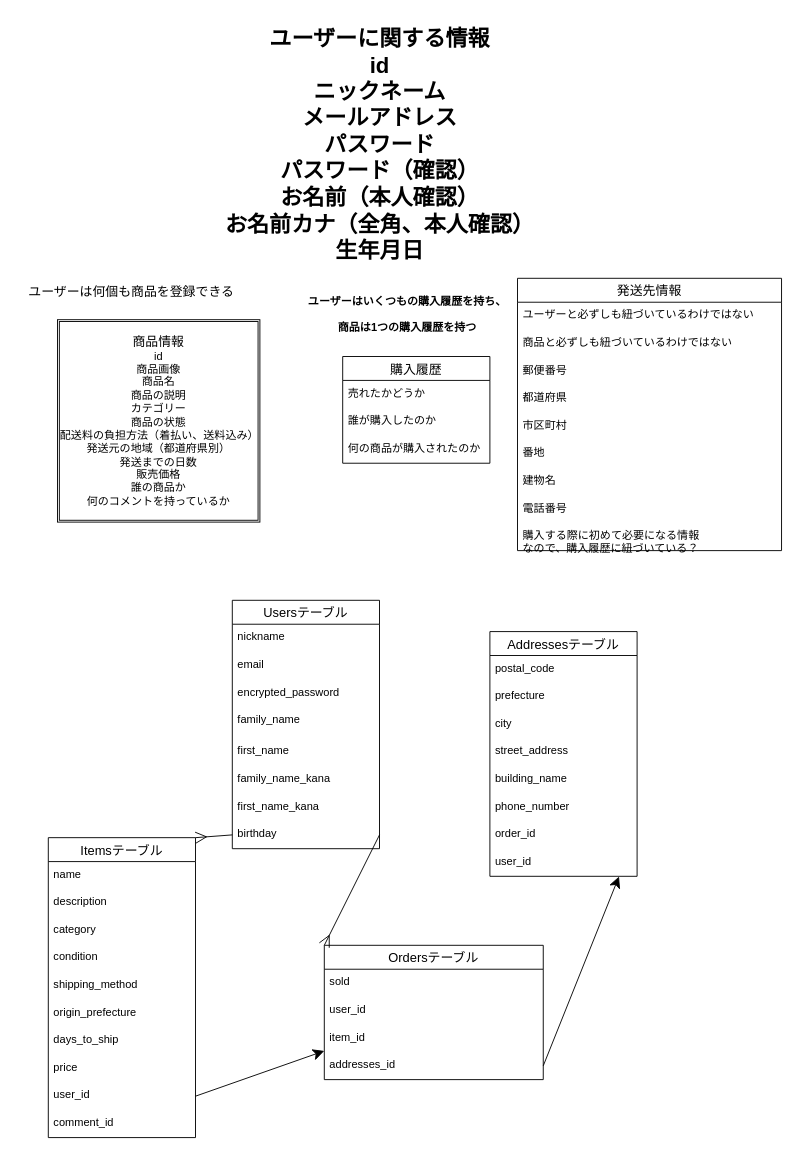
Before: ER図.dio in kenkenkaiden/furima-39165, a draw.io diagram. Source tidied: cells renumbered, new cells numbered last; positions are measured from the earlier drawing's top-left corner, leaving out a move shared by most shapes. Both pictures are drawn from the tidied source at 92%, with x=0, y=0 at pixel (16, 16).
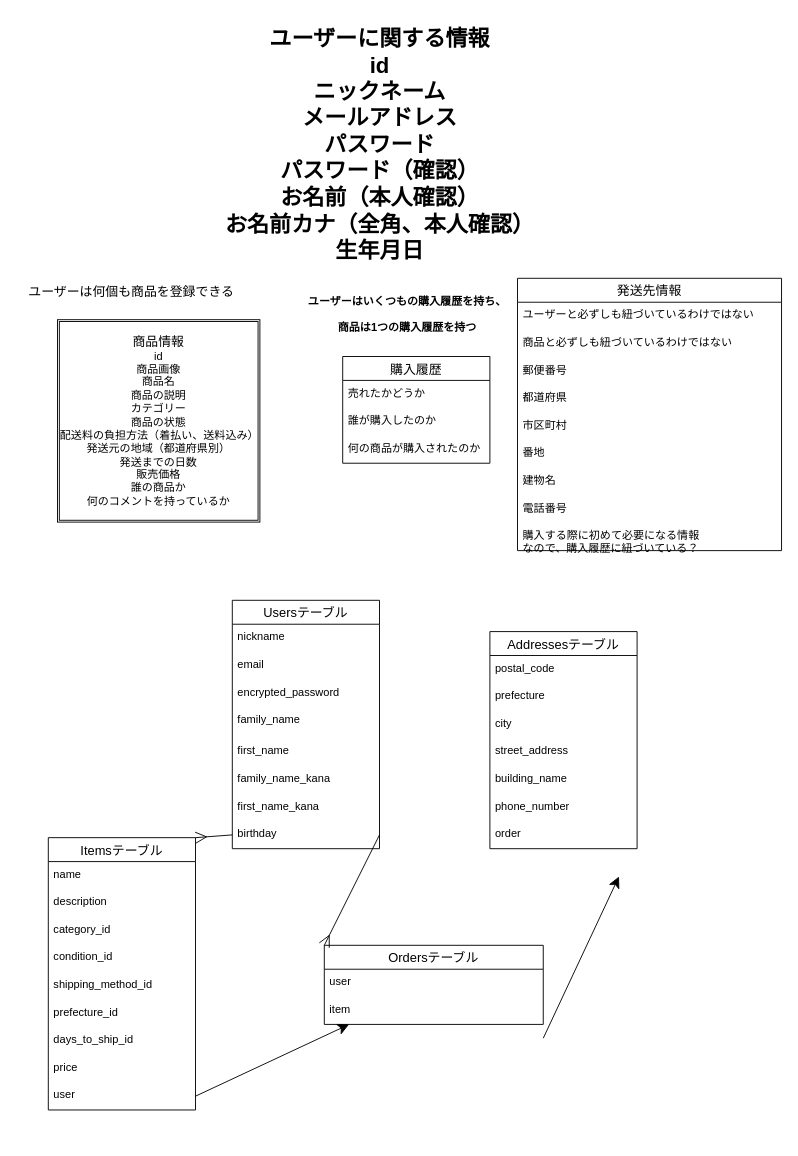
The same page after the edit.

Commit message (it also covers changes not shown here):
各テーブルの記述やER図の修正

What changed in the source:
```diff
@@
     <mxCell id="15" value="Itemsテーブル" style="swimlane;fontStyle=0;horizontal=1;startSize=26;align=center;fontSize=14;" parent="1" vertex="1">
-      <mxGeometry x="35" y="893" width="160" height="326" as="geometry" />
+      <mxGeometry x="35" y="893" width="160" height="296" as="geometry" />
     </mxCell>
@@
-    <mxCell id="18" value="category" style="text;strokeColor=none;fillColor=none;spacingLeft=4;spacingRight=4;overflow=hidden;fontSize=12;" parent="15" vertex="1">
+    <mxCell id="18" value="category_id" style="text;strokeColor=none;fillColor=none;spacingLeft=4;spacingRight=4;overflow=hidden;fontSize=12;" parent="15" vertex="1">
       <mxGeometry y="86" width="160" height="30" as="geometry" />
     </mxCell>
-    <mxCell id="19" value="condition" style="text;strokeColor=none;fillColor=none;spacingLeft=4;spacingRight=4;overflow=hidden;fontSize=12;" parent="15" vertex="1">
+    <mxCell id="19" value="condition_id" style="text;strokeColor=none;fillColor=none;spacingLeft=4;spacingRight=4;overflow=hidden;fontSize=12;" parent="15" vertex="1">
       <mxGeometry y="116" width="160" height="30" as="geometry" />
     </mxCell>
-    <mxCell id="20" value="shipping_method" style="text;strokeColor=none;fillColor=none;spacingLeft=4;spacingRight=4;overflow=hidden;fontSize=12;" parent="15" vertex="1">
+    <mxCell id="20" value="shipping_method_id" style="text;strokeColor=none;fillColor=none;spacingLeft=4;spacingRight=4;overflow=hidden;fontSize=12;" parent="15" vertex="1">
       <mxGeometry y="146" width="160" height="30" as="geometry" />
     </mxCell>
-    <mxCell id="21" value="origin_prefecture" style="text;strokeColor=none;fillColor=none;spacingLeft=4;spacingRight=4;overflow=hidden;fontSize=12;" parent="15" vertex="1">
+    <mxCell id="21" value="prefecture_id" style="text;strokeColor=none;fillColor=none;spacingLeft=4;spacingRight=4;overflow=hidden;fontSize=12;" parent="15" vertex="1">
       <mxGeometry y="176" width="160" height="30" as="geometry" />
     </mxCell>
-    <mxCell id="22" value="days_to_ship" style="text;strokeColor=none;fillColor=none;spacingLeft=4;spacingRight=4;overflow=hidden;fontSize=12;" parent="15" vertex="1">
+    <mxCell id="22" value="days_to_ship_id" style="text;strokeColor=none;fillColor=none;spacingLeft=4;spacingRight=4;overflow=hidden;fontSize=12;" parent="15" vertex="1">
       <mxGeometry y="206" width="160" height="30" as="geometry" />
     </mxCell>
@@
-    <mxCell id="24" value="user_id" style="text;strokeColor=none;fillColor=none;spacingLeft=4;spacingRight=4;overflow=hidden;points=[[0,0.5],[1,0.5]];portConstraint=eastwest;fontSize=12;" parent="15" vertex="1">
+    <mxCell id="24" value="user" style="text;strokeColor=none;fillColor=none;spacingLeft=4;spacingRight=4;overflow=hidden;points=[[0,0.5],[1,0.5]];portConstraint=eastwest;fontSize=12;" parent="15" vertex="1">
       <mxGeometry y="266" width="160" height="30" as="geometry" />
     </mxCell>
-    <mxCell id="25" value="comment_id" style="text;strokeColor=none;fillColor=none;spacingLeft=4;spacingRight=4;overflow=hidden;fontSize=12;" parent="15" vertex="1">
-      <mxGeometry y="296" width="160" height="30" as="geometry" />
-    </mxCell>
@@
     <mxCell id="27" value="Ordersテーブル" style="swimlane;fontStyle=0;horizontal=1;startSize=26;align=center;fontSize=14;" parent="1" vertex="1">
-      <mxGeometry x="335" y="1010" width="238" height="146" as="geometry" />
+      <mxGeometry x="335" y="1010" width="238" height="86" as="geometry" />
     </mxCell>
-    <mxCell id="28" value="sold" style="text;strokeColor=none;fillColor=none;spacingLeft=4;spacingRight=4;overflow=hidden;fontSize=12;" parent="27" vertex="1">
-      <mxGeometry y="26" width="238" height="30" as="geometry" />
-    </mxCell>
-    <mxCell id="29" value="user_id" style="text;strokeColor=none;fillColor=none;spacingLeft=4;spacingRight=4;overflow=hidden;fontSize=12;" parent="27" vertex="1">
-      <mxGeometry y="56" width="238" height="30" as="geometry" />
+    <mxCell id="29" value="user" style="text;strokeColor=none;fillColor=none;spacingLeft=4;spacingRight=4;overflow=hidden;fontSize=12;" parent="27" vertex="1">
+      <mxGeometry y="26" width="238" height="30" as="geometry" />
     </mxCell>
-    <mxCell id="30" value="item_id" style="text;strokeColor=none;fillColor=none;spacingLeft=4;spacingRight=4;overflow=hidden;fontSize=12;" parent="27" vertex="1">
-      <mxGeometry y="86" width="238" height="30" as="geometry" />
+    <mxCell id="30" value="item" style="text;strokeColor=none;fillColor=none;spacingLeft=4;spacingRight=4;overflow=hidden;fontSize=12;" parent="27" vertex="1">
+      <mxGeometry y="56" width="238" height="30" as="geometry" />
     </mxCell>
-    <mxCell id="31" value="addresses_id" style="text;strokeColor=none;fillColor=none;spacingLeft=4;spacingRight=4;overflow=hidden;points=[[0,0.5],[1,0.5]];portConstraint=eastwest;fontSize=12;" parent="27" vertex="1">
-      <mxGeometry y="116" width="238" height="30" as="geometry" />
-    </mxCell>
@@
     <mxCell id="49" value="Addressesテーブル" style="swimlane;fontStyle=0;horizontal=1;startSize=26;align=center;fontSize=14;" parent="1" vertex="1">
-      <mxGeometry x="515" y="669" width="160" height="266" as="geometry" />
+      <mxGeometry x="515" y="669" width="160" height="236" as="geometry" />
     </mxCell>
@@
-    <mxCell id="56" value="order_id" style="text;strokeColor=none;fillColor=none;spacingLeft=4;spacingRight=4;overflow=hidden;fontSize=12;" parent="49" vertex="1">
+    <mxCell id="56" value="order" style="text;strokeColor=none;fillColor=none;spacingLeft=4;spacingRight=4;overflow=hidden;fontSize=12;" parent="49" vertex="1">
       <mxGeometry y="206" width="160" height="30" as="geometry" />
     </mxCell>
-    <mxCell id="57" value="user_id" style="text;strokeColor=none;fillColor=none;spacingLeft=4;spacingRight=4;overflow=hidden;points=[[0,0.5],[1,0.5]];portConstraint=eastwest;fontSize=12;" parent="49" vertex="1">
-      <mxGeometry y="236" width="160" height="30" as="geometry" />
-    </mxCell>
-    <mxCell id="58" style="edgeStyle=none;html=1;exitX=1;exitY=0.5;exitDx=0;exitDy=0;entryX=0.877;entryY=1.007;entryDx=0;entryDy=0;entryPerimeter=0;strokeColor=default;fontSize=12;endArrow=classic;endFill=1;endSize=10;" parent="1" edge="1" source="31" target="57">
-      <mxGeometry relative="1" as="geometry" />
+    <mxCell id="58" style="edgeStyle=none;html=1;exitX=1;exitY=0.5;exitDx=0;exitDy=0;entryX=0.877;entryY=1.007;entryDx=0;entryDy=0;entryPerimeter=0;strokeColor=default;fontSize=12;endArrow=classic;endFill=1;endSize=10;" parent="1" edge="1">
+      <mxGeometry relative="1" as="geometry">
+        <mxPoint x="573" y="1111" as="sourcePoint" />
+        <mxPoint x="655.3" y="935.2" as="targetPoint" />
+      </mxGeometry>
     </mxCell>
```
